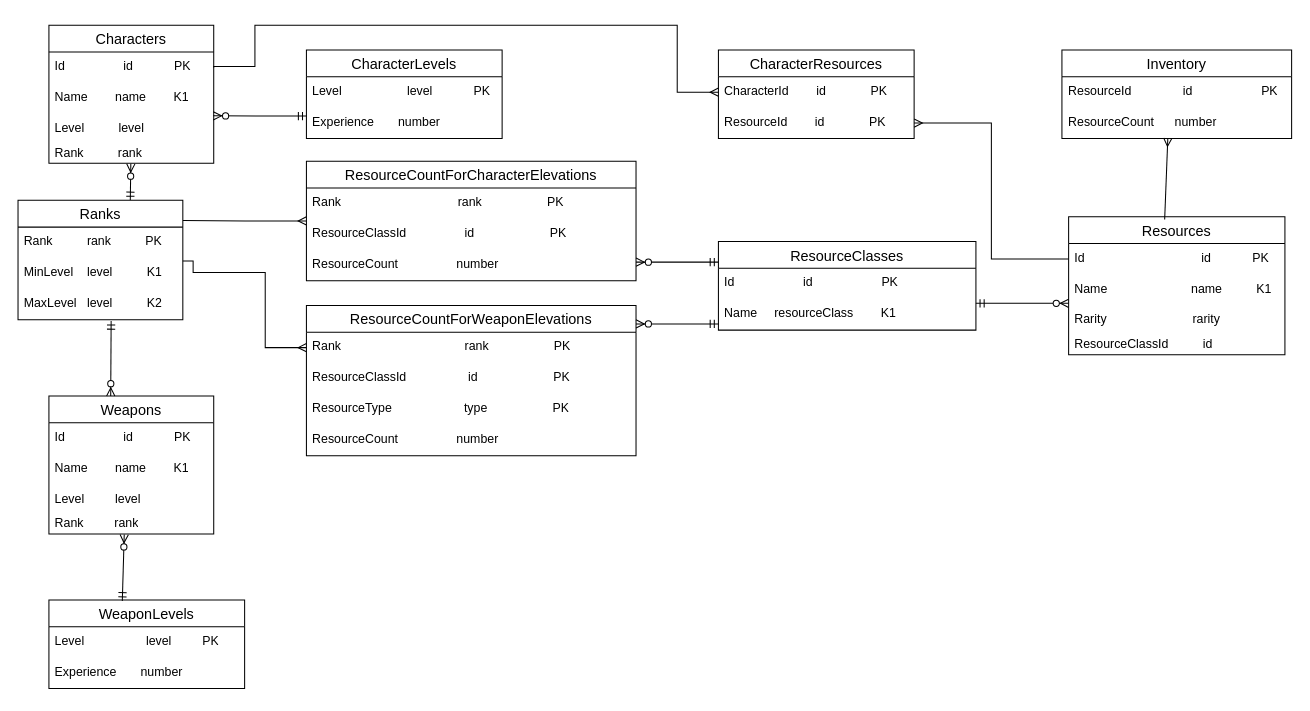
Matrixoid/itmo-database-course keeps this draw.io diagram as project/models/ERM.drawio. Above is the earlier version. Source tidied: cells renumbered, new cells numbered last; positions are measured from the earlier drawing's top-left corner, leaving out a move shared by most shapes. Both pictures are drawn from the tidied source at 103%, with x=0, y=0 at pixel (18, 25).
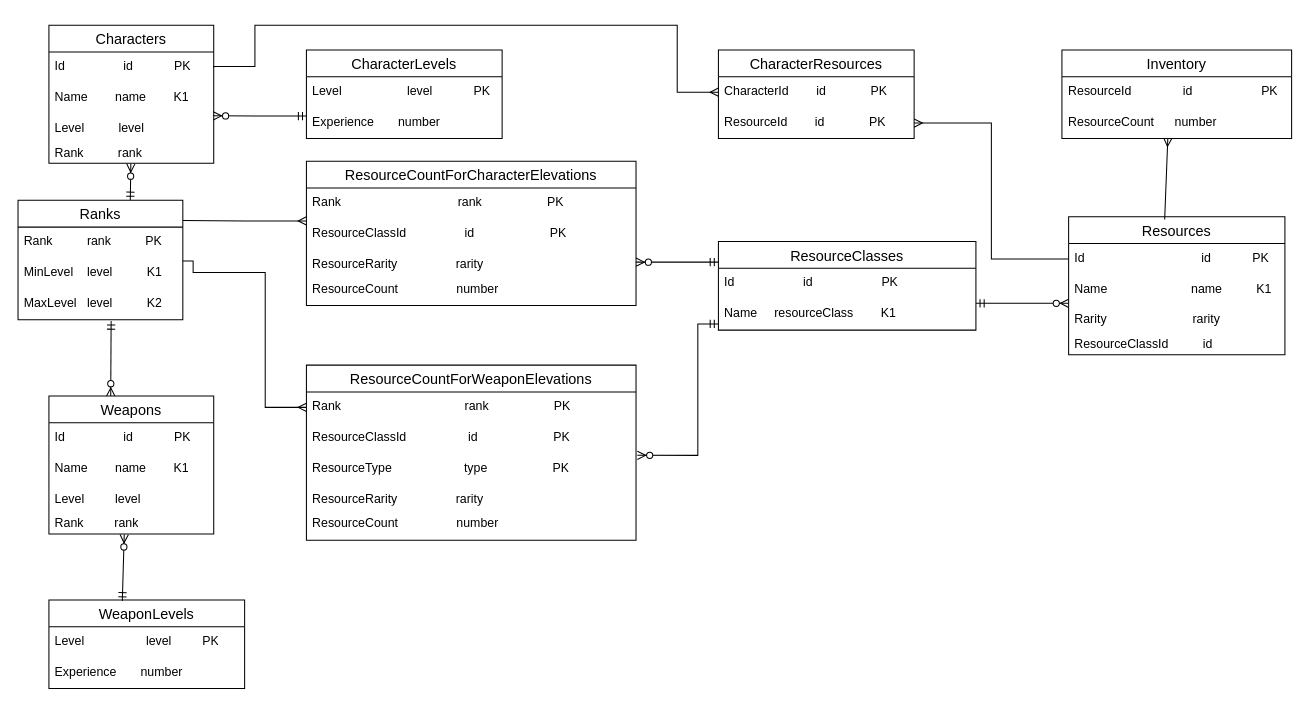
The same diagram, later.

Unchanged cells that the change refers to:
```xml
<mxCell id="28" value="Rank&amp;nbsp; &amp;nbsp; &amp;nbsp; &amp;nbsp; &amp;nbsp; &amp;nbsp; &amp;nbsp; &amp;nbsp; &amp;nbsp; &amp;nbsp; &amp;nbsp; &amp;nbsp; &amp;nbsp; &amp;nbsp; &amp;nbsp; &amp;nbsp; &amp;nbsp; &amp;nbsp; rank&amp;nbsp; &amp;nbsp; &amp;nbsp; &amp;nbsp; &amp;nbsp; &amp;nbsp; &amp;nbsp; &amp;nbsp; &amp;nbsp; &amp;nbsp;PK" style="text;strokeColor=none;fillColor=none;spacingLeft=4;spacingRight=4;overflow=hidden;points=[[0,0.5],[1,0.5]];portConstraint=eastwest;fontSize=12;whiteSpace=wrap;html=1;" parent="27" vertex="1">
  <mxGeometry y="26" width="320" height="30" as="geometry" />
</mxCell>
<mxCell id="30" value="ResourceType&amp;nbsp; &amp;nbsp; &amp;nbsp; &amp;nbsp; &amp;nbsp; &amp;nbsp; &amp;nbsp; &amp;nbsp; &amp;nbsp; &amp;nbsp; &amp;nbsp;type&amp;nbsp; &amp;nbsp; &amp;nbsp; &amp;nbsp; &amp;nbsp; &amp;nbsp; &amp;nbsp; &amp;nbsp; &amp;nbsp; &amp;nbsp;PK" style="text;strokeColor=none;fillColor=none;spacingLeft=4;spacingRight=4;overflow=hidden;points=[[0,0.5],[1,0.5]];portConstraint=eastwest;fontSize=12;whiteSpace=wrap;html=1;" parent="27" vertex="1">
  <mxGeometry y="86" width="320" height="30" as="geometry" />
</mxCell>
<mxCell id="49" value="MinLevel&amp;nbsp; &amp;nbsp; level&amp;nbsp; &amp;nbsp; &amp;nbsp; &amp;nbsp; &amp;nbsp; K1" style="text;strokeColor=none;fillColor=none;spacingLeft=4;spacingRight=4;overflow=hidden;points=[[0,0.5],[1,0.5]];portConstraint=eastwest;fontSize=12;whiteSpace=wrap;html=1;" parent="47" vertex="1">
  <mxGeometry y="56" width="160" height="30" as="geometry" />
</mxCell>
```

Change to the diagram source:
```diff
@@
     <mxCell id="15" value="ResourceCountForCharacterElevations" style="swimlane;fontStyle=0;horizontal=1;startSize=26;align=center;fontSize=14;" parent="1" vertex="1">
-      <mxGeometry x="280" y="132" width="320" height="116" as="geometry" />
+      <mxGeometry x="280" y="132" width="320" height="140" as="geometry" />
     </mxCell>
@@
+    <mxCell id="57" value="ResourceRarity&amp;nbsp; &amp;nbsp; &amp;nbsp; &amp;nbsp; &amp;nbsp; &amp;nbsp; &amp;nbsp; &amp;nbsp; &amp;nbsp;rarity" style="text;strokeColor=none;fillColor=none;spacingLeft=4;spacingRight=4;overflow=hidden;fontSize=12;whiteSpace=wrap;html=1;" parent="15" vertex="1">
+      <mxGeometry y="86" width="320" height="24" as="geometry" />
+    </mxCell>
     <mxCell id="18" value="ResourceCount&amp;nbsp; &amp;nbsp; &amp;nbsp; &amp;nbsp; &amp;nbsp; &amp;nbsp; &amp;nbsp; &amp;nbsp; &amp;nbsp;number" style="text;strokeColor=none;fillColor=none;spacingLeft=4;spacingRight=4;overflow=hidden;fontSize=12;whiteSpace=wrap;html=1;" parent="15" vertex="1">
-      <mxGeometry y="86" width="320" height="30" as="geometry" />
+      <mxGeometry y="110" width="320" height="30" as="geometry" />
     </mxCell>
@@
     <mxCell id="27" value="ResourceCountForWeaponElevations" style="swimlane;fontStyle=0;horizontal=1;startSize=26;align=center;fontSize=14;" parent="1" vertex="1">
-      <mxGeometry x="280" y="272" width="320" height="146" as="geometry" />
+      <mxGeometry x="280" y="330" width="320" height="170" as="geometry" />
     </mxCell>
@@
+    <mxCell id="58" value="ResourceRarity&amp;nbsp; &amp;nbsp; &amp;nbsp; &amp;nbsp; &amp;nbsp; &amp;nbsp; &amp;nbsp; &amp;nbsp; &amp;nbsp;rarity" style="text;strokeColor=none;fillColor=none;spacingLeft=4;spacingRight=4;overflow=hidden;fontSize=12;whiteSpace=wrap;html=1;" parent="27" vertex="1">
+      <mxGeometry y="116" width="320" height="24" as="geometry" />
+    </mxCell>
     <mxCell id="31" value="ResourceCount&amp;nbsp; &amp;nbsp; &amp;nbsp; &amp;nbsp; &amp;nbsp; &amp;nbsp; &amp;nbsp; &amp;nbsp; &amp;nbsp;number" style="text;strokeColor=none;fillColor=none;spacingLeft=4;spacingRight=4;overflow=hidden;fontSize=12;whiteSpace=wrap;html=1;" parent="27" vertex="1">
-      <mxGeometry y="116" width="320" height="30" as="geometry" />
+      <mxGeometry y="140" width="320" height="30" as="geometry" />
     </mxCell>
@@
-    <mxCell id="44" style="edgeStyle=orthogonalEdgeStyle;fontSize=12;html=1;endArrow=ERzeroToMany;startArrow=ERmandOne;rounded=0;entryX=0.997;entryY=0.081;entryDx=0;entryDy=0;entryPerimeter=0;" parent="1" edge="1">
+    <mxCell id="44" style="edgeStyle=orthogonalEdgeStyle;fontSize=12;html=1;endArrow=ERzeroToMany;startArrow=ERmandOne;rounded=0;entryX=1.004;entryY=0.053;entryDx=0;entryDy=0;entryPerimeter=0;" parent="1" edge="1" target="30">
       <mxGeometry relative="1" as="geometry">
         <mxPoint x="680" y="290" as="sourcePoint" />
-        <mxPoint x="600" y="290" as="targetPoint" />
+        <Array as="points">
+          <mxPoint x="660" y="290" />
+          <mxPoint x="660" y="418" />
+        </Array>
       </mxGeometry>
     </mxCell>
@@
     <mxCell id="51" style="edgeStyle=orthogonalEdgeStyle;fontSize=12;html=1;endArrow=ERmany;rounded=0;exitX=1;exitY=0.095;exitDx=0;exitDy=0;entryX=0;entryY=0.5;entryDx=0;entryDy=0;exitPerimeter=0;" parent="1" edge="1" source="49" target="28">
       <mxGeometry relative="1" as="geometry">
         <Array as="points">
           <mxPoint x="170" y="229" />
           <mxPoint x="170" y="240" />
           <mxPoint x="240" y="240" />
-          <mxPoint x="240" y="313" />
+          <mxPoint x="240" y="371" />
         </Array>
       </mxGeometry>
     </mxCell>
```
